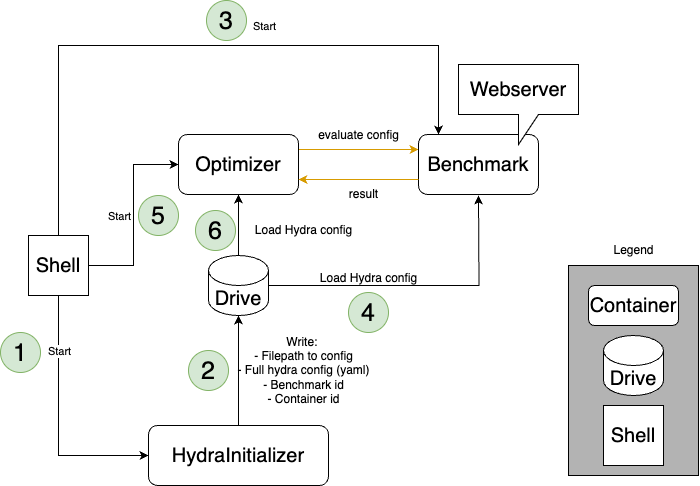
The draw.io diagram images/smac_benchmarking_containers.drawio.png in automl/CARP-S, before a commit. Source tidied: cells renumbered, new cells last; positions are measured from the earlier drawing's top-left corner, leaving out a move shared by most shapes.
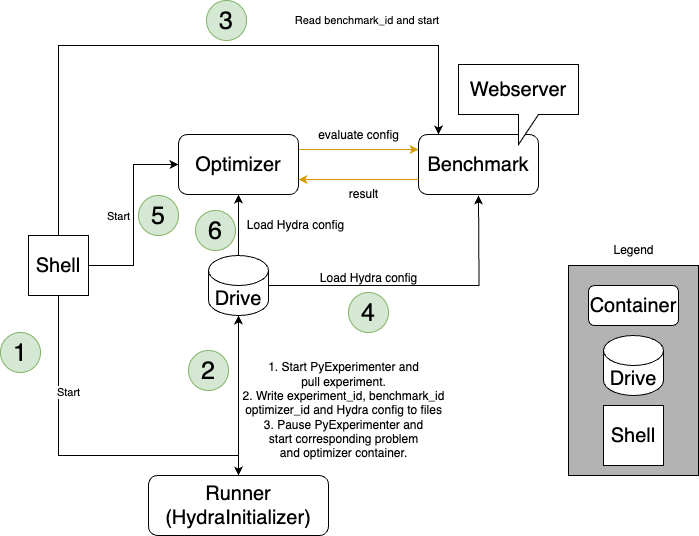
After the commit.

The edit, as a diff of the source:
```diff
@@ -14,8 +14,8 @@
     <mxCell id="5" style="edgeStyle=orthogonalEdgeStyle;rounded=0;jettySize=auto;html=1;" parent="1" edge="1" source="6" target="16">
       <mxGeometry relative="1" as="geometry" />
     </mxCell>
-    <mxCell id="6" value="&lt;span style=&quot;font-size: 20px;&quot;&gt;HydraInitializer&lt;/span&gt;" style="rounded=1;whiteSpace=wrap;html=1;" parent="1" vertex="1">
-      <mxGeometry x="148" y="425" width="180" height="60" as="geometry" />
+    <mxCell id="6" value="&lt;span style=&quot;font-size: 20px;&quot;&gt;Runner&lt;br&gt;(HydraInitializer)&lt;br&gt;&lt;/span&gt;" style="rounded=1;whiteSpace=wrap;html=1;" parent="1" vertex="1">
+      <mxGeometry x="148" y="475" width="180" height="60" as="geometry" />
     </mxCell>
     <mxCell id="7" style="edgeStyle=orthogonalEdgeStyle;rounded=0;jettySize=auto;html=1;" parent="1" edge="1" source="13" target="6">
       <mxGeometry relative="1" as="geometry">
@@ -45,16 +45,16 @@
         </Array>
       </mxGeometry>
     </mxCell>
-    <mxCell id="12" value="Start" style="edgeLabel;html=1;align=center;verticalAlign=middle;" parent="11" vertex="1">
+    <mxCell id="12" value="Read benchmark_id and start&amp;nbsp;" style="edgeLabel;html=1;align=center;verticalAlign=middle;" parent="11" vertex="1">
       <mxGeometry x="0.13" y="1" relative="1" as="geometry">
-        <mxPoint x="23" y="-19" as="offset" />
+        <mxPoint x="128" y="-24" as="offset" />
       </mxGeometry>
     </mxCell>
     <mxCell id="13" value="&lt;font style=&quot;font-size: 20px;&quot;&gt;Shell&lt;/font&gt;" style="whiteSpace=wrap;html=1;" parent="1" vertex="1">
       <mxGeometry x="28" y="235" width="60" height="60" as="geometry" />
     </mxCell>
-    <mxCell id="14" value="Write:&amp;nbsp;&lt;br&gt;- Filepath to config&lt;br&gt;- Full hydra config (yaml)&lt;br&gt;- Benchmark id&lt;br&gt;- Container id" style="text;html=1;align=center;verticalAlign=middle;strokeColor=none;fillColor=none;" parent="1" vertex="1">
-      <mxGeometry x="223" y="325" width="160" height="90" as="geometry" />
+    <mxCell id="14" value="1. Start PyExperimenter and&lt;br&gt;pull experiment.&lt;br&gt;2. Write experiment_id, benchmark_id &lt;br&gt;optimizer_id and Hydra config to files&lt;br&gt;3. Pause PyExperimenter and&lt;br&gt;start corresponding problem&lt;br&gt;and optimizer container." style="text;html=1;align=center;verticalAlign=middle;strokeColor=none;fillColor=none;" parent="1" vertex="1">
+      <mxGeometry x="228" y="355" width="230" height="110" as="geometry" />
     </mxCell>
     <mxCell id="15" style="edgeStyle=orthogonalEdgeStyle;rounded=0;jettySize=auto;html=1;exitX=1;exitY=0.5;exitDx=0;exitDy=0;exitPerimeter=0;" parent="1" edge="1" source="16">
       <mxGeometry relative="1" as="geometry">
@@ -73,9 +73,6 @@
     <mxCell id="19" value="&lt;font style=&quot;font-size: 20px;&quot;&gt;Webserver&lt;/font&gt;" style="shape=callout;whiteSpace=wrap;html=1;perimeter=calloutPerimeter;" parent="17" vertex="1">
       <mxGeometry x="40" width="120" height="80" as="geometry" />
     </mxCell>
-    <mxCell id="20" value="Load Hydra config" style="text;html=1;align=center;verticalAlign=middle;strokeColor=none;fillColor=none;" parent="1" vertex="1">
-      <mxGeometry x="243" y="215" width="120" height="30" as="geometry" />
-    </mxCell>
     <mxCell id="21" style="edgeStyle=orthogonalEdgeStyle;rounded=0;jettySize=auto;html=1;exitX=0;exitY=0.75;exitDx=0;exitDy=0;entryX=1;entryY=0.75;entryDx=0;entryDy=0;fillColor=#ffe6cc;strokeColor=#d79b00;" parent="1" edge="1" source="18" target="4">
       <mxGeometry relative="1" as="geometry" />
     </mxCell>
@@ -124,5 +121,8 @@
     <mxCell id="36" value="Legend" style="text;html=1;align=center;verticalAlign=middle;strokeColor=none;fillColor=none;" parent="31" vertex="1">
       <mxGeometry x="35" width="60" height="30" as="geometry" />
     </mxCell>
+    <mxCell id="20" value="Load Hydra config" style="text;html=1;align=center;verticalAlign=middle;strokeColor=none;fillColor=none;" parent="1" vertex="1">
+      <mxGeometry x="235" y="210" width="120" height="30" as="geometry" />
+    </mxCell>
   </root>
 </mxGraphModel>
```
